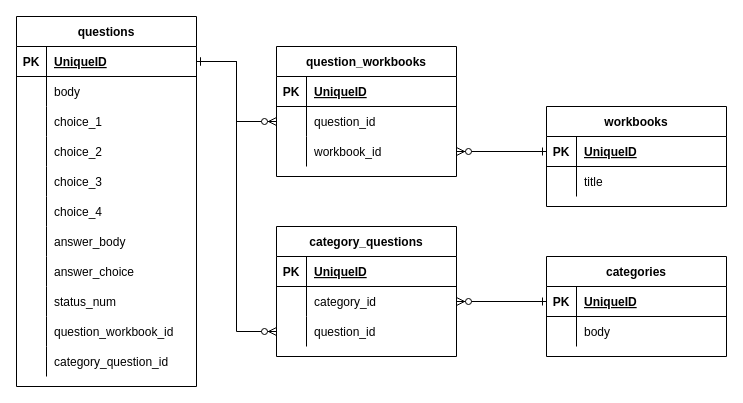
This is backend/databasemap.dio from RealXiaoLin/php-project01, a draw.io file, before an edit. Source tidied: cells renumbered, new cells numbered last; positions are measured from the earlier drawing's top-left corner, leaving out a move shared by most shapes. Both pictures are drawn from the tidied source at 100%, with x=0, y=0 at pixel (16, 16).
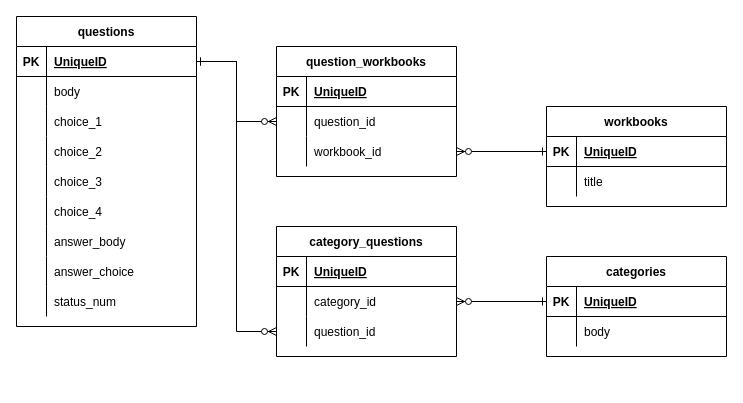
Above is the later version.

Diff of the diagram source:
```diff
@@
     <mxCell id="2" value="questions" style="shape=table;startSize=30;childLayout=tableLayout;rowLines=0;fontStyle=1;align=center;" parent="1" vertex="1">
-      <mxGeometry width="180" height="370" as="geometry" />
+      <mxGeometry width="180" height="310" as="geometry" />
     </mxCell>
@@
-    <mxCell id="30" style="shape=partialRectangle;fillColor=none;top=0;left=0;bottom=0;right=0;" parent="2" vertex="1">
-      <mxGeometry y="300" width="180" height="30" as="geometry" />
-    </mxCell>
-    <mxCell id="31" style="shape=partialRectangle;fillColor=none;top=0;left=0;bottom=0;right=0;overflow=hidden;" parent="30" vertex="1">
-      <mxGeometry width="30" height="30" as="geometry" />
-    </mxCell>
-    <mxCell id="32" value="question_workbook_id" style="shape=partialRectangle;fillColor=none;top=0;left=0;bottom=0;right=0;align=left;spacingLeft=6;overflow=hidden;" parent="30" vertex="1">
-      <mxGeometry x="30" width="150" height="30" as="geometry" />
-    </mxCell>
-    <mxCell id="33" style="shape=partialRectangle;fillColor=none;top=0;left=0;bottom=0;right=0;" parent="2" vertex="1">
-      <mxGeometry y="330" width="180" height="30" as="geometry" />
-    </mxCell>
-    <mxCell id="34" style="shape=partialRectangle;fillColor=none;top=0;left=0;bottom=0;right=0;overflow=hidden;" parent="33" vertex="1">
-      <mxGeometry width="30" height="30" as="geometry" />
-    </mxCell>
-    <mxCell id="35" value="category_question_id" style="shape=partialRectangle;fillColor=none;top=0;left=0;bottom=0;right=0;align=left;spacingLeft=6;overflow=hidden;" parent="33" vertex="1">
-      <mxGeometry x="30" width="150" height="30" as="geometry" />
-    </mxCell>
```
